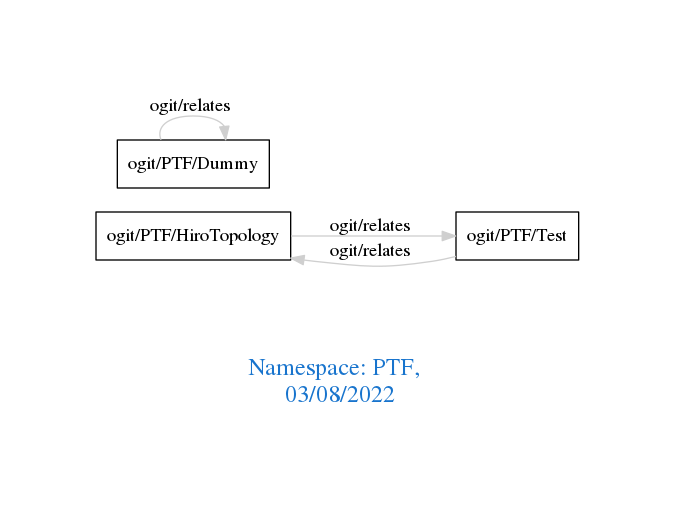
Before: downloads/PTF.png, a diagram exported from Graphviz (arago/OGIT). Its source is kept beside it as downloads/PTF.dot.
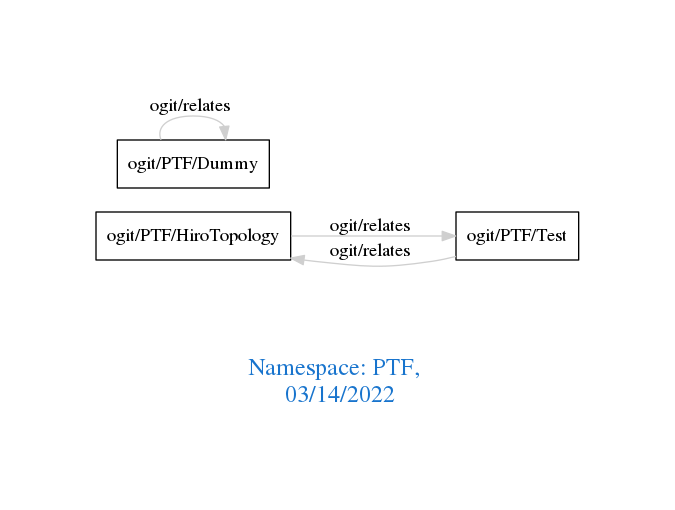
The same diagram one commit later.

What changed in the source:
```diff
@@ -1,7 +1,7 @@
 digraph OGIT_ontology {
  graph [ rankdir= LR,pad=1
 fontsize = 18,
-fontcolor= dodgerblue3,label = "\n\n\nNamespace: PTF, \n 03/08/2022"];
+fontcolor= dodgerblue3,label = "\n\n\nNamespace: PTF, \n 03/14/2022"];
 node[shape=polygon];
 edge [  color="gray81"];
 
```
